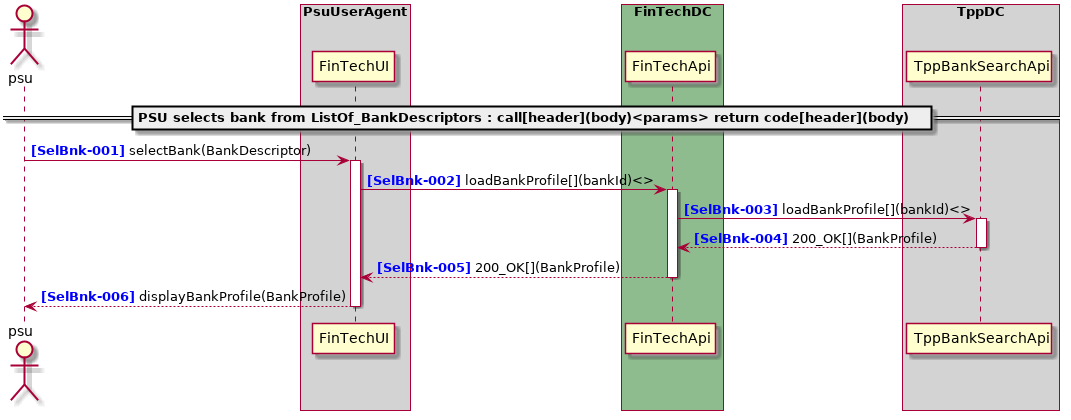
Above: doc/develop/architecture/diagrams/useCases/3-selectBank.png in adorsys/open-banking-gateway (PlantUML), before the change. The source it was exported from:
```plantuml
@startuml

autonumber "<b><color blue>[SelBnk-000]</color></b>"
actor psu

box "PsuUserAgent" #LightGray
    participant "FinTechUI" as FinTechUI
end box
box "FinTechDC" #DarkSeaGreen
    participant "FinTechApi" as FinTechApi
end box
box "TppDC" #LightGray
    participant "TppBankSearchApi" as TppBankSearchApi

end box
box "AspspDC" #LightSkyBlue
end box

== PSU selects bank from ListOf_BankDescriptors : call[header](body)<params> return code[header](body) ==

psu -> FinTechUI ++ : selectBank(BankDescriptor)
FinTechUI -> FinTechApi ++ : loadBankProfile[](bankId)<>
FinTechApi -> TppBankSearchApi ++ : loadBankProfile[](bankId)<>
return 200_OK[](BankProfile)
return 200_OK[](BankProfile)
return displayBankProfile(BankProfile)

@enduml
```
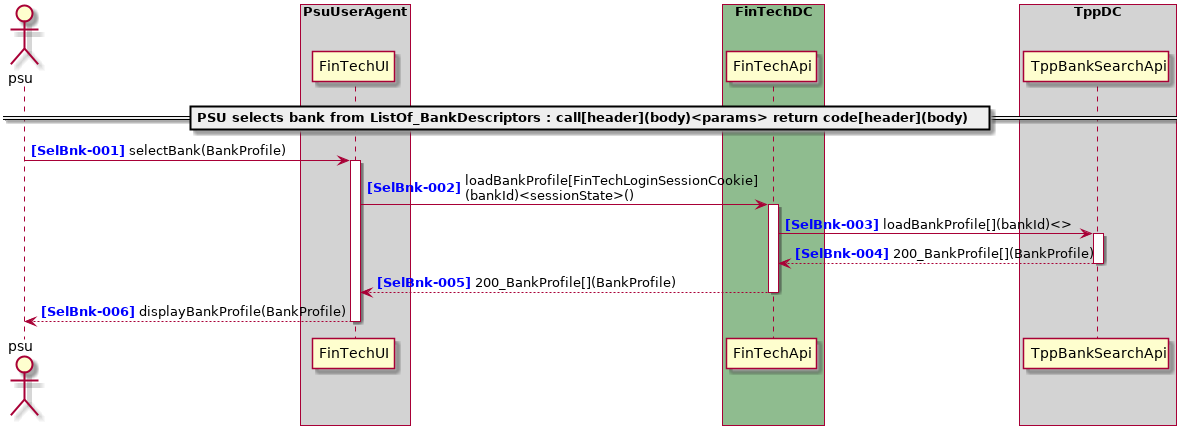
After the change.

What changed in the source:
```diff
@@ -18,11 +18,11 @@
 
 == PSU selects bank from ListOf_BankDescriptors : call[header](body)<params> return code[header](body) ==
 
-psu -> FinTechUI ++ : selectBank(BankDescriptor)
-FinTechUI -> FinTechApi ++ : loadBankProfile[](bankId)<>
+psu -> FinTechUI ++ : selectBank(BankProfile)
+FinTechUI -> FinTechApi ++ : loadBankProfile[FinTechLoginSessionCookie]\n(bankId)<sessionState>()
 FinTechApi -> TppBankSearchApi ++ : loadBankProfile[](bankId)<>
-return 200_OK[](BankProfile)
-return 200_OK[](BankProfile)
+return 200_BankProfile[](BankProfile)
+return 200_BankProfile[](BankProfile)
 return displayBankProfile(BankProfile)
 
 @enduml
```
